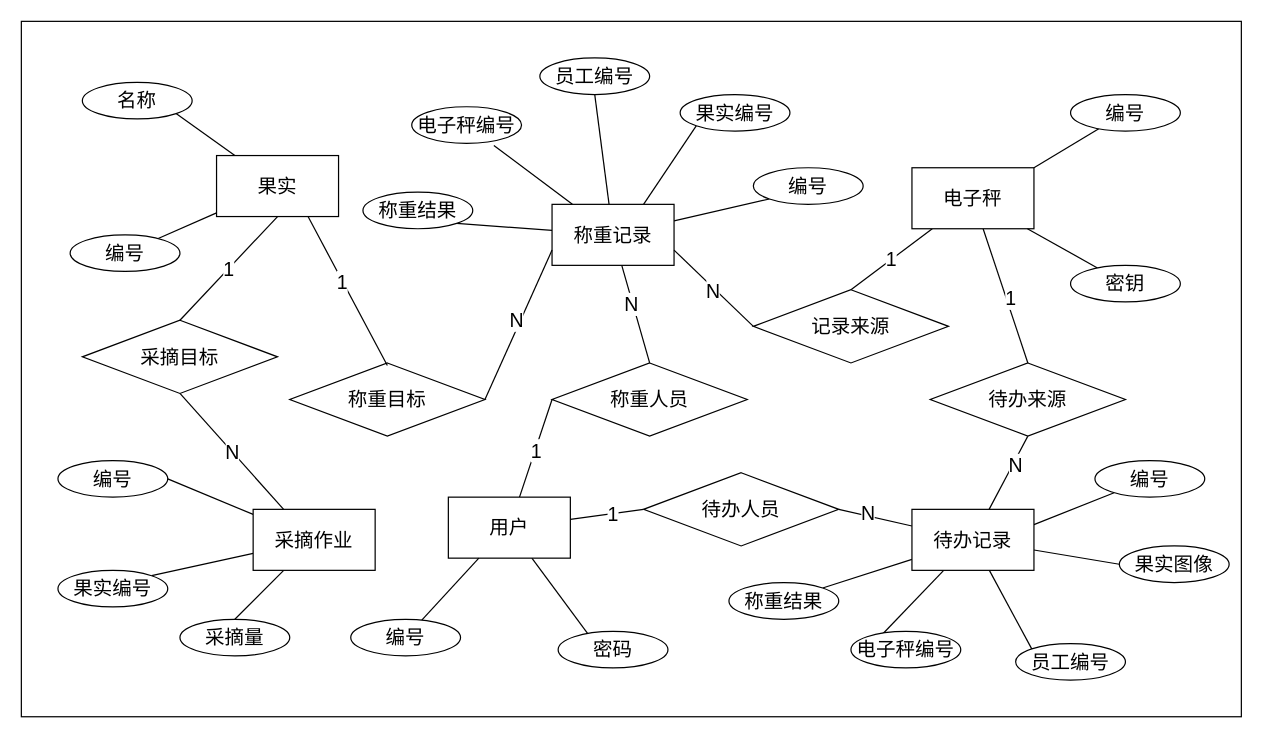
akynazh/aws keeps this draw.io diagram as design/ERD.dio. Above is the earlier version. Source tidied: cells renumbered, new cells numbered last; positions are measured from the earlier drawing's top-left corner, leaving out a move shared by most shapes. Both pictures are drawn from the tidied source at 122%, with x=0, y=0 at pixel (21, 21).
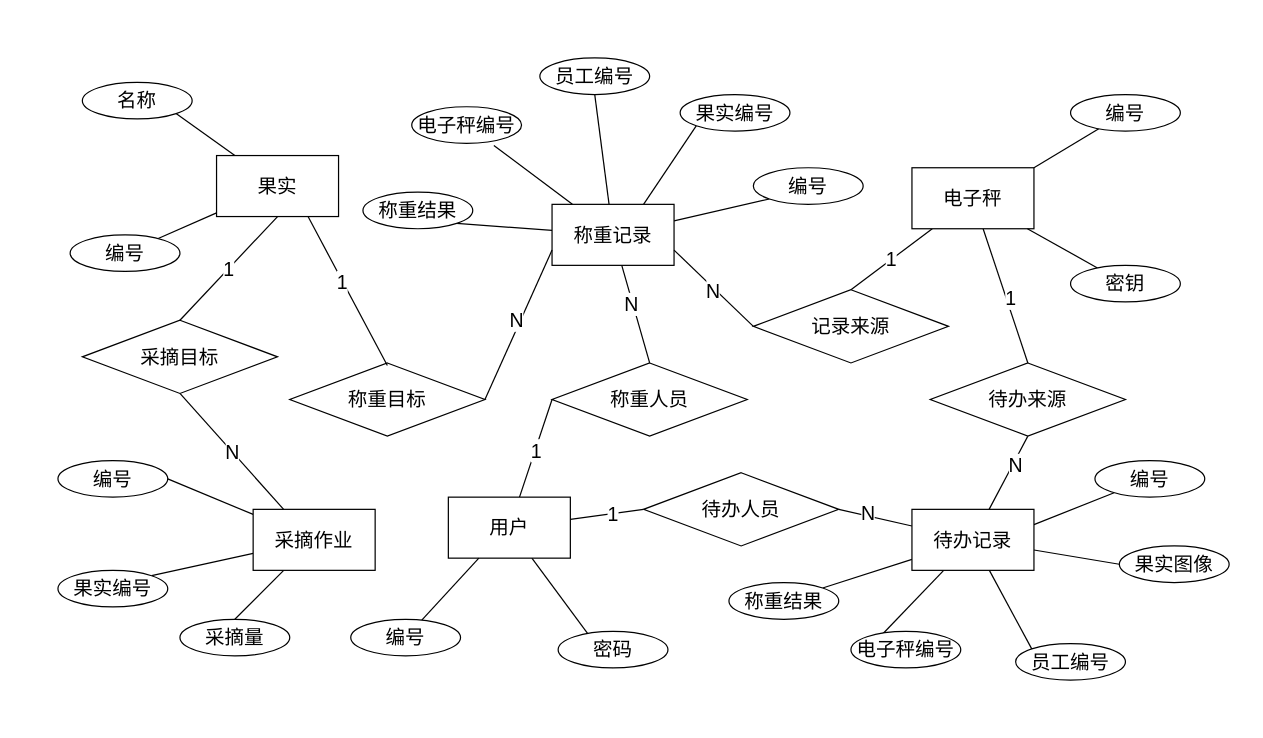
The same diagram, later.

The edit, as a diff of the source:
```diff
@@
-    <mxCell id="2" style="rounded=0;whiteSpace=wrap;html=1;" parent="1" vertex="1">
-      <mxGeometry width="1000" height="570" as="geometry" />
-    </mxCell>
```
